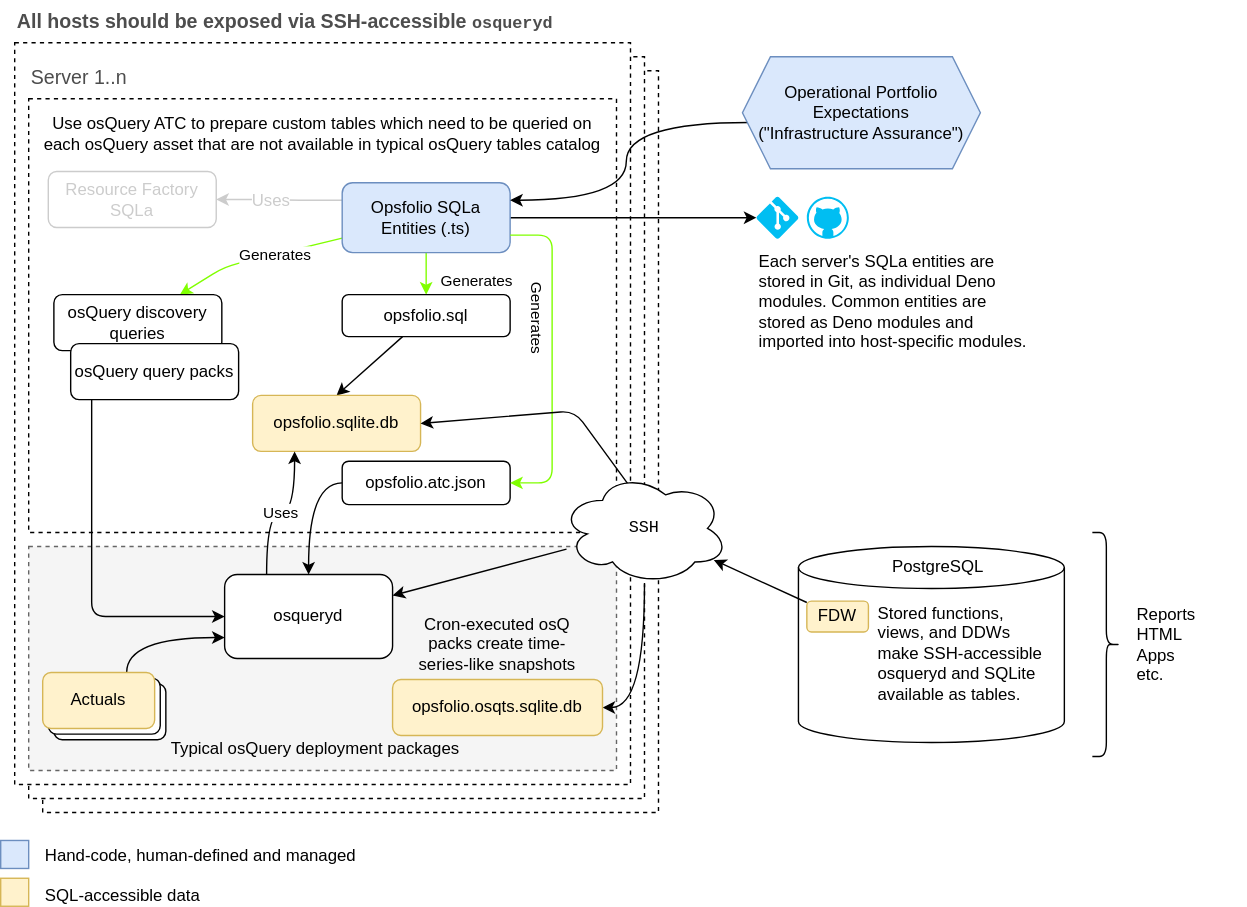
This is support/docs/architecture.drawio.svg from geovlazar/core, a draw.io export, as it was before one commit. Source tidied: cells renumbered, new cells last; positions are measured from the earlier drawing's top-left corner, leaving out a move shared by most shapes.
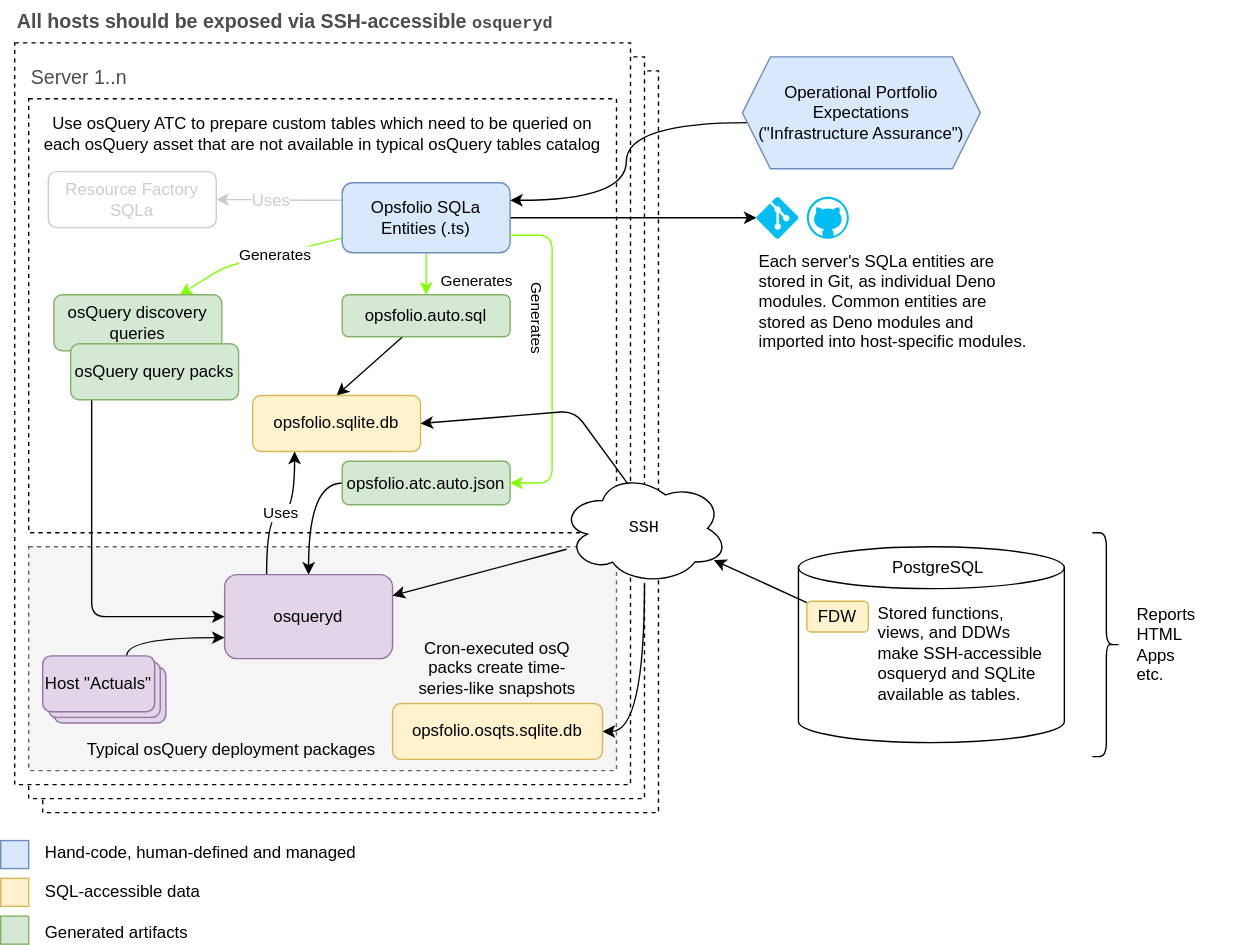
After the commit.

Diff of the diagram source:
```diff
@@ -50,7 +50,7 @@
     <mxCell id="15" style="edgeStyle=none;html=1;entryX=0.5;entryY=0;entryDx=0;entryDy=0;" parent="1" edge="1" source="16" target="17">
       <mxGeometry relative="1" as="geometry" />
     </mxCell>
-    <mxCell id="16" value="opsfolio.sql" style="rounded=1;whiteSpace=wrap;html=1;" parent="1" vertex="1">
+    <mxCell id="16" value="opsfolio.auto.sql" style="rounded=1;whiteSpace=wrap;html=1;fillColor=#d5e8d4;strokeColor=#82b366;" parent="1" vertex="1">
       <mxGeometry x="244" y="210" width="120" height="30" as="geometry" />
     </mxCell>
     <mxCell id="17" value="opsfolio.sqlite.db" style="rounded=1;whiteSpace=wrap;html=1;fillColor=#fff2cc;strokeColor=#d6b656;" parent="1" vertex="1">
@@ -59,7 +59,7 @@
     <mxCell id="18" style="edgeStyle=orthogonalEdgeStyle;curved=1;html=1;exitX=0;exitY=0.5;exitDx=0;exitDy=0;entryX=0.5;entryY=0;entryDx=0;entryDy=0;fontSize=12;" parent="1" edge="1" source="19" target="23">
       <mxGeometry relative="1" as="geometry" />
     </mxCell>
-    <mxCell id="19" value="opsfolio.atc.json" style="rounded=1;whiteSpace=wrap;html=1;" parent="1" vertex="1">
+    <mxCell id="19" value="opsfolio.atc.auto.json" style="rounded=1;whiteSpace=wrap;html=1;fillColor=#d5e8d4;strokeColor=#82b366;" parent="1" vertex="1">
       <mxGeometry x="244" y="329" width="120" height="31" as="geometry" />
     </mxCell>
     <mxCell id="20" style="edgeStyle=entityRelationEdgeStyle;html=1;fontSize=16;exitX=1;exitY=0.75;exitDx=0;exitDy=0;strokeColor=#80FF00;" parent="1" edge="1" source="14" target="19">
@@ -73,14 +73,14 @@
     <mxCell id="22" value="Uses" style="edgeStyle=orthogonalEdgeStyle;curved=1;html=1;exitX=0.25;exitY=0;exitDx=0;exitDy=0;entryX=0.25;entryY=1;entryDx=0;entryDy=0;strokeColor=#000000;" parent="1" edge="1" source="23" target="17">
       <mxGeometry relative="1" as="geometry" />
     </mxCell>
-    <mxCell id="23" value="osqueryd" style="rounded=1;whiteSpace=wrap;html=1;" parent="1" vertex="1">
+    <mxCell id="23" value="osqueryd" style="rounded=1;whiteSpace=wrap;html=1;fillColor=#e1d5e7;strokeColor=#9673a6;" parent="1" vertex="1">
       <mxGeometry x="160" y="410" width="120" height="60" as="geometry" />
     </mxCell>
     <mxCell id="24" value="Use osQuery ATC to prepare custom tables which need to be queried on each osQuery asset that are not available in typical osQuery tables catalog" style="text;html=1;strokeColor=none;fillColor=none;align=center;verticalAlign=middle;whiteSpace=wrap;rounded=0;dashed=1;fontSize=12;" parent="1" vertex="1">
       <mxGeometry x="30" y="80" width="400" height="30" as="geometry" />
     </mxCell>
     <mxCell id="25" value="Typical osQuery deployment packages" style="text;html=1;strokeColor=none;fillColor=none;align=center;verticalAlign=middle;whiteSpace=wrap;rounded=0;dashed=1;fontSize=12;" parent="1" vertex="1">
-      <mxGeometry x="50" y="520" width="350" height="30" as="geometry" />
+      <mxGeometry x="60" y="520" width="210" height="30" as="geometry" />
     </mxCell>
     <mxCell id="26" style="edgeStyle=orthogonalEdgeStyle;curved=1;html=1;fontSize=12;entryX=1;entryY=0.25;entryDx=0;entryDy=0;exitX=0.029;exitY=0.588;exitDx=0;exitDy=0;exitPerimeter=0;" parent="1" edge="1" source="27" target="14">
       <mxGeometry relative="1" as="geometry" />
@@ -88,17 +88,17 @@
     <mxCell id="27" value="Operational Portfolio Expectations&lt;br&gt;(&quot;Infrastructure Assurance&quot;)" style="shape=hexagon;perimeter=hexagonPerimeter2;whiteSpace=wrap;html=1;fixedSize=1;fontSize=12;fillColor=#dae8fc;strokeColor=#6c8ebf;" parent="1" vertex="1">
       <mxGeometry x="530" y="40" width="170" height="80" as="geometry" />
     </mxCell>
-    <mxCell id="28" value="osqueryd" style="rounded=1;whiteSpace=wrap;html=1;" parent="1" vertex="1">
-      <mxGeometry x="38" y="488" width="80" height="40" as="geometry" />
+    <mxCell id="28" value="osqueryd" style="rounded=1;whiteSpace=wrap;html=1;fillColor=#e1d5e7;strokeColor=#9673a6;" parent="1" vertex="1">
+      <mxGeometry x="38" y="476" width="80" height="40" as="geometry" />
     </mxCell>
-    <mxCell id="29" value="osqueryd" style="rounded=1;whiteSpace=wrap;html=1;" parent="1" vertex="1">
-      <mxGeometry x="34" y="484" width="80" height="40" as="geometry" />
+    <mxCell id="29" value="osqueryd" style="rounded=1;whiteSpace=wrap;html=1;fillColor=#e1d5e7;strokeColor=#9673a6;" parent="1" vertex="1">
+      <mxGeometry x="34" y="472" width="80" height="40" as="geometry" />
     </mxCell>
     <mxCell id="30" style="edgeStyle=orthogonalEdgeStyle;curved=1;html=1;exitX=0.75;exitY=0;exitDx=0;exitDy=0;entryX=0;entryY=0.75;entryDx=0;entryDy=0;fontSize=12;" parent="1" edge="1" source="31" target="23">
       <mxGeometry relative="1" as="geometry" />
     </mxCell>
-    <mxCell id="31" value="Actuals" style="rounded=1;whiteSpace=wrap;html=1;fillColor=#fff2cc;strokeColor=#d6b656;" parent="1" vertex="1">
-      <mxGeometry x="30" y="480" width="80" height="40" as="geometry" />
+    <mxCell id="31" value="Host &quot;Actuals&quot;" style="rounded=1;whiteSpace=wrap;html=1;fillColor=#e1d5e7;strokeColor=#9673a6;" parent="1" vertex="1">
+      <mxGeometry x="30" y="468" width="80" height="40" as="geometry" />
     </mxCell>
     <mxCell id="32" value="All hosts should be exposed via SSH-accessible&amp;nbsp;&lt;font face=&quot;Courier New&quot; style=&quot;font-size: 12px&quot;&gt;osqueryd&lt;/font&gt;" style="text;html=1;strokeColor=none;fillColor=none;align=left;verticalAlign=middle;whiteSpace=wrap;rounded=0;fontSize=14;fontColor=#4D4D4D;fontStyle=1;" parent="1" vertex="1">
       <mxGeometry x="10" width="460" height="30" as="geometry" />
@@ -134,8 +134,8 @@
     <mxCell id="41" value="FDW" style="rounded=1;whiteSpace=wrap;html=1;fontFamily=Helvetica;fontSize=12;fillColor=#fff2cc;strokeColor=#d6b656;" parent="1" vertex="1">
       <mxGeometry x="576" y="429" width="44" height="22" as="geometry" />
     </mxCell>
-    <mxCell id="42" value="Hand-code, human-defined and managed&lt;br&gt;&lt;br&gt;SQL-accessible data" style="text;html=1;strokeColor=none;fillColor=none;align=left;verticalAlign=middle;whiteSpace=wrap;rounded=0;fontFamily=Helvetica;fontSize=12;" parent="1" vertex="1">
-      <mxGeometry x="30" y="610" width="230" height="30" as="geometry" />
+    <mxCell id="42" value="Hand-code, human-defined and managed&lt;br&gt;&lt;br&gt;SQL-accessible data&lt;br&gt;&lt;br&gt;Generated artifacts" style="text;html=1;strokeColor=none;fillColor=none;align=left;verticalAlign=middle;whiteSpace=wrap;rounded=0;fontFamily=Helvetica;fontSize=12;" parent="1" vertex="1">
+      <mxGeometry x="30" y="622" width="230" height="30" as="geometry" />
     </mxCell>
     <mxCell id="43" style="rounded=0;whiteSpace=wrap;html=1;fontFamily=Helvetica;fontSize=12;fillColor=#dae8fc;strokeColor=#6c8ebf;" parent="1" vertex="1">
       <mxGeometry y="600" width="20" height="20" as="geometry" />
@@ -143,7 +143,7 @@
     <mxCell id="44" style="rounded=0;whiteSpace=wrap;html=1;fontFamily=Helvetica;fontSize=12;fillColor=#fff2cc;strokeColor=#d6b656;" parent="1" vertex="1">
       <mxGeometry y="627" width="20" height="20" as="geometry" />
     </mxCell>
-    <mxCell id="45" value="osQuery discovery queries" style="rounded=1;whiteSpace=wrap;html=1;" parent="1" vertex="1">
+    <mxCell id="45" value="osQuery discovery queries" style="rounded=1;whiteSpace=wrap;html=1;fillColor=#d5e8d4;strokeColor=#82b366;" parent="1" vertex="1">
       <mxGeometry x="38" y="210" width="120" height="40" as="geometry" />
     </mxCell>
     <mxCell id="46" style="edgeStyle=none;html=1;fontColor=#CCCCCC;strokeColor=#000000;entryX=0;entryY=0.5;entryDx=0;entryDy=0;exitX=0.125;exitY=0.975;exitDx=0;exitDy=0;exitPerimeter=0;" parent="1" edge="1" source="47" target="23">
@@ -154,7 +154,7 @@
         </Array>
       </mxGeometry>
     </mxCell>
-    <mxCell id="47" value="osQuery query packs" style="rounded=1;whiteSpace=wrap;html=1;" parent="1" vertex="1">
+    <mxCell id="47" value="osQuery query packs" style="rounded=1;whiteSpace=wrap;html=1;fillColor=#d5e8d4;strokeColor=#82b366;" parent="1" vertex="1">
       <mxGeometry x="50" y="245" width="120" height="40" as="geometry" />
     </mxCell>
     <mxCell id="48" value="Stored functions, views, and DDWs make SSH-accessible osqueryd and SQLite available as tables." style="text;html=1;strokeColor=none;fillColor=none;align=left;verticalAlign=top;whiteSpace=wrap;rounded=0;" parent="1" vertex="1">
@@ -176,10 +176,13 @@
       <mxGeometry x="810" y="417" width="80" height="86" as="geometry" />
     </mxCell>
     <mxCell id="54" value="&lt;span style=&quot;text-align: left&quot;&gt;opsfolio.osqts.sqlite.db&lt;/span&gt;" style="rounded=1;whiteSpace=wrap;html=1;fillColor=#fff2cc;strokeColor=#d6b656;" parent="1" vertex="1">
-      <mxGeometry x="280" y="485" width="150" height="40" as="geometry" />
+      <mxGeometry x="280" y="502" width="150" height="40" as="geometry" />
     </mxCell>
     <mxCell id="55" value="Cron-executed osQ packs create time-series-like snapshots" style="text;html=1;strokeColor=none;fillColor=none;align=center;verticalAlign=middle;whiteSpace=wrap;rounded=0;labelBackgroundColor=none;" parent="1" vertex="1">
-      <mxGeometry x="290" y="445" width="130" height="30" as="geometry" />
+      <mxGeometry x="290" y="462" width="130" height="30" as="geometry" />
     </mxCell>
+    <mxCell id="56" style="rounded=0;whiteSpace=wrap;html=1;fontFamily=Helvetica;fontSize=12;fillColor=#d5e8d4;strokeColor=#82b366;" parent="1" vertex="1">
+      <mxGeometry y="654" width="20" height="20" as="geometry" />
+    </mxCell>
   </root>
 </mxGraphModel>
```
